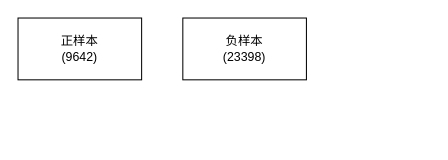
The draw.io diagram dataser.drawio in kaze-0/figure, before the edit. Source tidied: cells renumbered, new cells numbered last; positions are measured from the earlier drawing's top-left corner, leaving out a move shared by most shapes. Both pictures are drawn from the tidied source at 103%, with x=0, y=0 at pixel (18, 18).
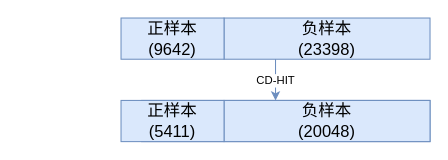
Above is the later version.

Change to the diagram source:
```diff
@@
 <mxGraphModel>
   <root>
     <mxCell id="0" />
     <mxCell id="1" parent="0" />
+    <mxCell id="4" style="group;" parent="1" vertex="1">
+      <mxGeometry x="100" width="300" height="40" as="geometry" />
+    </mxCell>
+    <mxCell id="3" value="&lt;span style=&quot;background-color: initial; font-size: 16px;&quot;&gt;负样本&lt;/span&gt;&lt;div style=&quot;font-size: 16px;&quot;&gt;&lt;span style=&quot;background-color: initial; font-size: 16px;&quot;&gt;(23398)&lt;/span&gt;&lt;/div&gt;" style="rounded=0;whiteSpace=wrap;html=1;fillColor=#dae8fc;strokeColor=#6c8ebf;fontSize=16;" parent="4" vertex="1">
+      <mxGeometry x="100" width="200" height="40" as="geometry" />
+    </mxCell>
-    <mxCell id="2" value="&lt;span style=&quot;background-color: initial;&quot;&gt;正样本&lt;/span&gt;&lt;div&gt;&lt;span style=&quot;background-color: initial;&quot;&gt;(9642)&lt;/span&gt;&lt;/div&gt;" style="rounded=0;whiteSpace=wrap;html=1;fillColor=none;" parent="1" vertex="1">
-      <mxGeometry width="120" height="60" as="geometry" />
+    <mxCell id="2" value="&lt;span style=&quot;background-color: initial; font-size: 16px;&quot;&gt;正样本&lt;/span&gt;&lt;div style=&quot;font-size: 16px;&quot;&gt;&lt;span style=&quot;background-color: initial; font-size: 16px;&quot;&gt;(9642)&lt;/span&gt;&lt;/div&gt;" style="rounded=0;whiteSpace=wrap;html=1;fillColor=#dae8fc;strokeColor=#6c8ebf;fontSize=16;" parent="4" vertex="1">
+      <mxGeometry width="100" height="40" as="geometry" />
     </mxCell>
-    <mxCell id="3" value="&lt;span style=&quot;background-color: initial;&quot;&gt;负样本&lt;/span&gt;&lt;div&gt;&lt;span style=&quot;background-color: initial;&quot;&gt;(23398)&lt;/span&gt;&lt;/div&gt;" style="rounded=0;whiteSpace=wrap;html=1;fillColor=none;" parent="1" vertex="1">
-      <mxGeometry x="160" width="120" height="60" as="geometry" />
-    </mxCell>
+    <mxCell id="5" style="group;" parent="1" vertex="1">
+      <mxGeometry x="100" y="80" width="300" height="40" as="geometry" />
+    </mxCell>
+    <mxCell id="6" style="group;fillColor=#dae8fc;strokeColor=#6c8ebf;" parent="5" vertex="1">
+      <mxGeometry x="20" width="280" height="40" as="geometry" />
+    </mxCell>
+    <mxCell id="7" value="&lt;span style=&quot;background-color: initial; font-size: 16px;&quot;&gt;负样本&lt;/span&gt;&lt;div style=&quot;font-size: 16px;&quot;&gt;&lt;span style=&quot;background-color: initial; font-size: 16px;&quot;&gt;(20048)&lt;/span&gt;&lt;/div&gt;" style="rounded=0;whiteSpace=wrap;html=1;fillColor=#dae8fc;strokeColor=#6c8ebf;fontSize=16;" parent="5" vertex="1">
+      <mxGeometry x="100" width="200" height="40" as="geometry" />
+    </mxCell>
+    <mxCell id="8" value="&lt;span style=&quot;background-color: initial; font-size: 16px;&quot;&gt;正样本&lt;/span&gt;&lt;div style=&quot;font-size: 16px;&quot;&gt;&lt;span style=&quot;background-color: initial; font-size: 16px;&quot;&gt;(5411)&lt;/span&gt;&lt;/div&gt;" style="rounded=0;whiteSpace=wrap;html=1;fillColor=#dae8fc;strokeColor=#6c8ebf;fontSize=16;" parent="5" vertex="1">
+      <mxGeometry width="100" height="40" as="geometry" />
+    </mxCell>
+    <mxCell id="9" style="endArrow=classic;html=1;rounded=0;exitX=0.25;exitY=1;exitDx=0;exitDy=0;entryX=0.25;entryY=0;entryDx=0;entryDy=0;fillColor=#dae8fc;strokeColor=#6c8ebf;" parent="1" edge="1" source="3" target="7">
+      <mxGeometry relative="1" as="geometry" />
+    </mxCell>
+    <mxCell id="10" value="CD-HIT" style="edgeLabel;html=1;align=center;verticalAlign=middle;labelBackgroundColor=default;" parent="9" vertex="1">
+      <mxGeometry x="-0.01" y="-1" relative="1" as="geometry" />
+    </mxCell>
   </root>
 </mxGraphModel>
```
